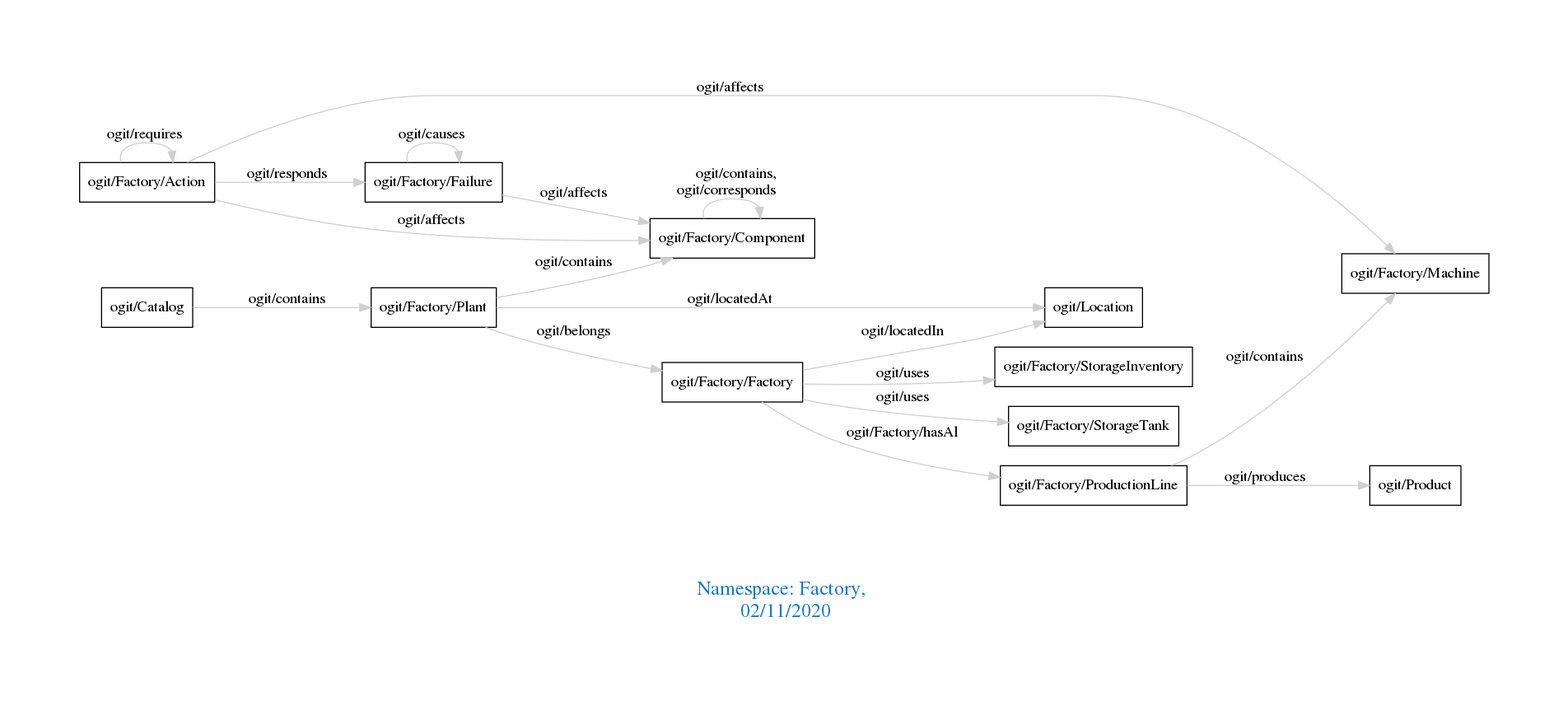
arago/OGIT keeps this Graphviz diagram as downloads/Factory.png. Above is the earlier version. Its source is kept beside it as downloads/Factory.dot.
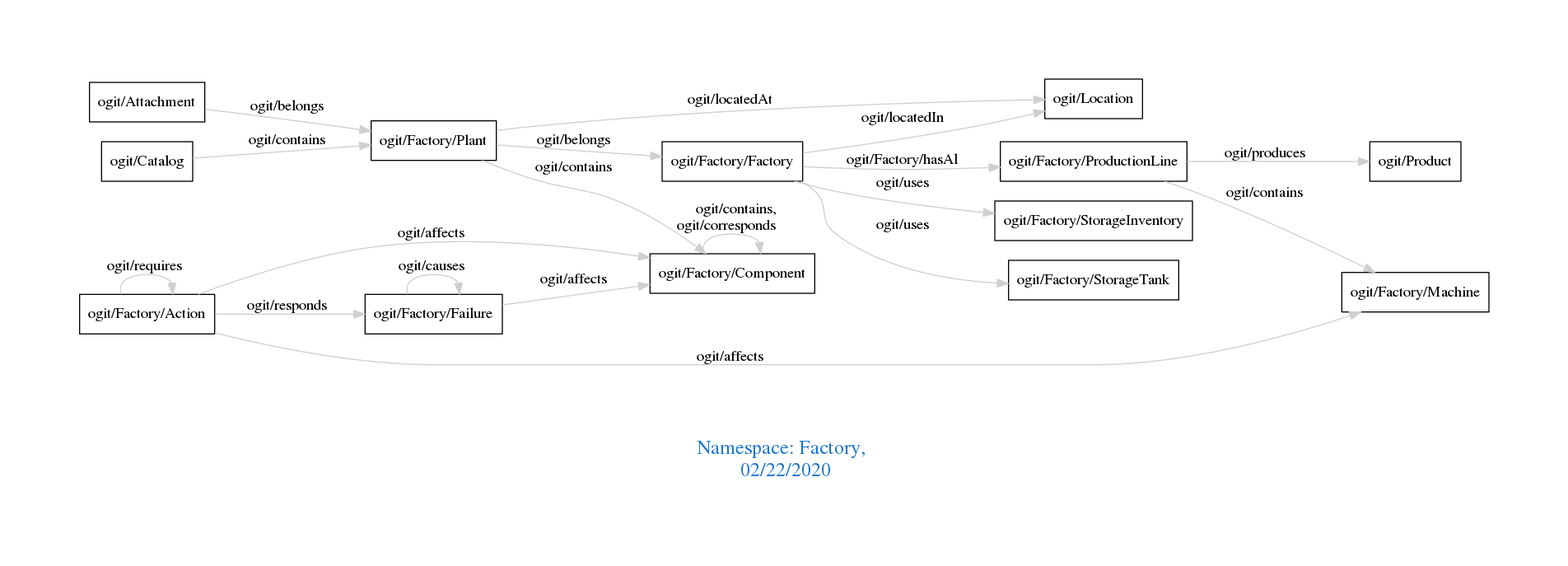
The same file after the commit.

Diff of the diagram source:
```diff
@@ -1,7 +1,7 @@
 digraph OGIT_ontology {
  graph [ rankdir= LR,pad=1
 fontsize = 18,
-fontcolor= dodgerblue3,label = "\n\n\nNamespace: Factory, \n 02/11/2020"];
+fontcolor= dodgerblue3,label = "\n\n\nNamespace: Factory, \n 02/22/2020"];
 node[shape=polygon];
 edge [  color="gray81"];
 
@@ -17,6 +17,7 @@
    "ogit/Factory/Action" -> "ogit/Factory/Failure" [label="   ogit/responds    "];
    "ogit/Factory/ProductionLine" -> "ogit/Product" [label="   ogit/produces    "];
    "ogit/Factory/Plant" -> "ogit/Factory/Factory" [label="   ogit/belongs    "];
+   "ogit/Attachment" -> "ogit/Factory/Plant" [label="   ogit/belongs    "];
    "ogit/Factory/Factory" -> "ogit/Factory/StorageInventory" [label="   ogit/uses    "];
    "ogit/Factory/Factory" -> "ogit/Factory/StorageTank" [label="   ogit/uses    "];
    "ogit/Factory/Action" -> "ogit/Factory/Action" [label="   ogit/requires    "];
```
